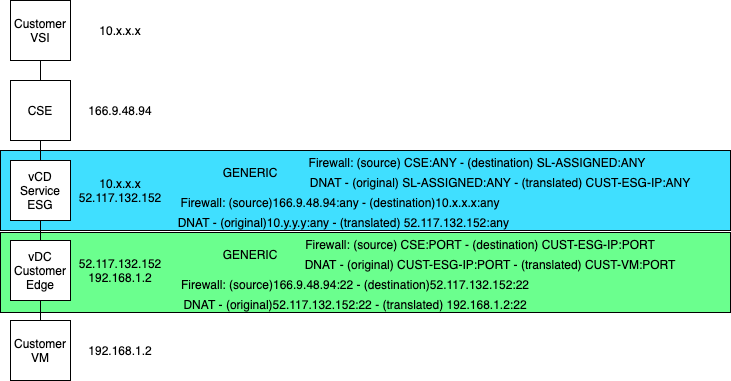
This is vcd/order-pne/images/4-pne.png from mlwiles/vmwaresolutions, a draw.io export, as it was before one commit. Source tidied: cells renumbered, new cells last; positions are measured from the earlier drawing's top-left corner, leaving out a move shared by most shapes.
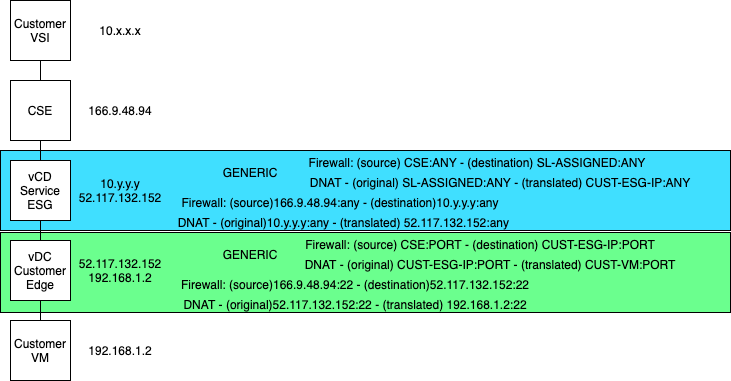
Later version of the same file.

What changed in the source:
```diff
@@ -56,7 +56,7 @@
     <mxCell id="19" value="166.9.48.94" style="text;html=1;strokeColor=none;fillColor=none;align=center;verticalAlign=middle;whiteSpace=wrap;rounded=0;" parent="1" vertex="1">
       <mxGeometry x="80" y="100" width="80" height="20" as="geometry" />
     </mxCell>
-    <mxCell id="20" value="&lt;div&gt;10.x.x.x&lt;/div&gt;&lt;div&gt;52.117.132.152&lt;br&gt;&lt;/div&gt;" style="text;html=1;strokeColor=none;fillColor=none;align=center;verticalAlign=middle;whiteSpace=wrap;rounded=0;" parent="1" vertex="1">
+    <mxCell id="20" value="&lt;div&gt;10.y.y.y&lt;/div&gt;&lt;div&gt;52.117.132.152&lt;br&gt;&lt;/div&gt;" style="text;html=1;strokeColor=none;fillColor=none;align=center;verticalAlign=middle;whiteSpace=wrap;rounded=0;" parent="1" vertex="1">
       <mxGeometry x="80" y="180" width="80" height="20" as="geometry" />
     </mxCell>
     <mxCell id="21" value="&lt;div&gt;&lt;span&gt;52.117.132.152&lt;/span&gt;&lt;br&gt;&lt;/div&gt;&lt;div&gt;&lt;span&gt;192.168.1.2&lt;/span&gt;&lt;/div&gt;" style="text;html=1;strokeColor=none;fillColor=none;align=center;verticalAlign=middle;whiteSpace=wrap;rounded=0;" parent="1" vertex="1">
@@ -71,7 +71,7 @@
     <mxCell id="24" value="DNAT - (original)52.117.132.152:22 - (translated) 192.168.1.2:22 " style="text;html=1;strokeColor=none;fillColor=none;align=center;verticalAlign=middle;whiteSpace=wrap;rounded=0;" parent="1" vertex="1">
       <mxGeometry x="180" y="294" width="350" height="20" as="geometry" />
     </mxCell>
-    <mxCell id="25" value="Firewall: (source)166.9.48.94:any - (destination)10.x.x.x:any" style="text;html=1;strokeColor=none;fillColor=none;align=center;verticalAlign=middle;whiteSpace=wrap;rounded=0;" parent="1" vertex="1">
+    <mxCell id="25" value="Firewall: (source)166.9.48.94:any - (destination)10.y.y.y:any" style="text;html=1;strokeColor=none;fillColor=none;align=center;verticalAlign=middle;whiteSpace=wrap;rounded=0;" parent="1" vertex="1">
       <mxGeometry x="175" y="192" width="330" height="20" as="geometry" />
     </mxCell>
     <mxCell id="26" value="Firewall: (source)166.9.48.94:22 - (destination)52.117.132.152:22 " style="text;html=1;strokeColor=none;fillColor=none;align=center;verticalAlign=middle;whiteSpace=wrap;rounded=0;" parent="1" vertex="1">
```
